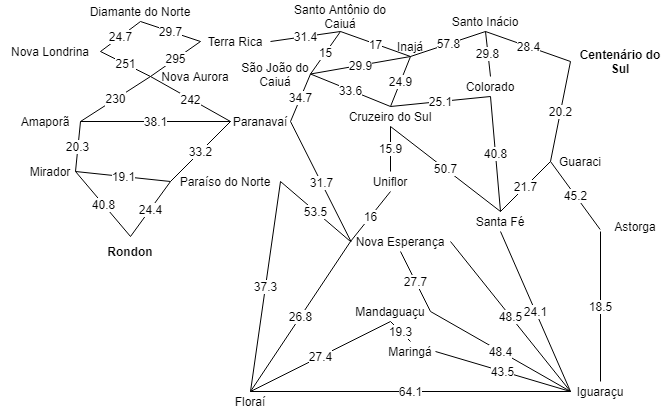
Earlier version of the draw.io export Sistemas Inteligentes/Buscas heurísticas/map_weight.png (keikomori/CP-UTFPR). Source tidied: cells renumbered, new cells last; positions are measured from the earlier drawing's top-left corner, leaving out a move shared by most shapes.
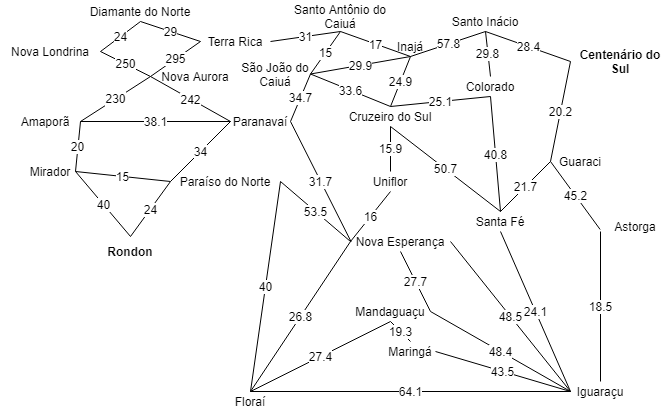
Later version of the same file.

Change to the diagram source:
```diff
@@ -77,19 +77,19 @@
     <mxCell id="26" value="Santo Inácio" style="text;html=1;strokeColor=none;fillColor=none;align=center;verticalAlign=middle;whiteSpace=wrap;rounded=0;fontSize=12;fontStyle=0;" parent="1" vertex="1">
       <mxGeometry x="440" y="10" width="90" height="20" as="geometry" />
     </mxCell>
-    <mxCell id="27" value="24.7" style="endArrow=none;html=1;fontSize=12;entryX=0.5;entryY=1;entryDx=0;entryDy=0;exitX=1;exitY=0.5;exitDx=0;exitDy=0;" parent="1" edge="1" source="3" target="2">
+    <mxCell id="27" value="24" style="endArrow=none;html=1;fontSize=12;entryX=0.5;entryY=1;entryDx=0;entryDy=0;exitX=1;exitY=0.5;exitDx=0;exitDy=0;" parent="1" edge="1" source="3" target="2">
       <mxGeometry relative="1" as="geometry" />
     </mxCell>
-    <mxCell id="28" value="251" style="endArrow=none;html=1;fontSize=12;exitX=0;exitY=0.5;exitDx=0;exitDy=0;entryX=1;entryY=0.5;entryDx=0;entryDy=0;" parent="1" edge="1" source="5" target="3">
+    <mxCell id="28" value="250" style="endArrow=none;html=1;fontSize=12;exitX=0;exitY=0.5;exitDx=0;exitDy=0;entryX=1;entryY=0.5;entryDx=0;entryDy=0;" parent="1" edge="1" source="5" target="3">
       <mxGeometry relative="1" as="geometry" />
     </mxCell>
-    <mxCell id="29" value="29.7" style="endArrow=none;html=1;fontSize=12;entryX=0.5;entryY=1;entryDx=0;entryDy=0;exitX=0;exitY=0.5;exitDx=0;exitDy=0;" parent="1" edge="1" source="4" target="2">
+    <mxCell id="29" value="29" style="endArrow=none;html=1;fontSize=12;entryX=0.5;entryY=1;entryDx=0;entryDy=0;exitX=0;exitY=0.5;exitDx=0;exitDy=0;" parent="1" edge="1" source="4" target="2">
       <mxGeometry relative="1" as="geometry" />
     </mxCell>
     <mxCell id="30" value="295" style="endArrow=none;html=1;fontSize=12;exitX=0;exitY=0.5;exitDx=0;exitDy=0;entryX=0;entryY=0.5;entryDx=0;entryDy=0;" parent="1" edge="1" source="5" target="4">
       <mxGeometry relative="1" as="geometry" />
     </mxCell>
-    <mxCell id="31" value="31.4" style="endArrow=none;html=1;fontSize=12;exitX=1;exitY=0.5;exitDx=0;exitDy=0;entryX=0.5;entryY=1;entryDx=0;entryDy=0;" parent="1" edge="1" source="4" target="12">
+    <mxCell id="31" value="31" style="endArrow=none;html=1;fontSize=12;exitX=1;exitY=0.5;exitDx=0;exitDy=0;entryX=0.5;entryY=1;entryDx=0;entryDy=0;" parent="1" edge="1" source="4" target="12">
       <mxGeometry relative="1" as="geometry" />
     </mxCell>
     <mxCell id="32" value="230" style="endArrow=none;html=1;fontSize=12;exitX=1;exitY=0.5;exitDx=0;exitDy=0;entryX=0;entryY=0.5;entryDx=0;entryDy=0;" parent="1" edge="1" source="6" target="5">
@@ -101,22 +101,22 @@
     <mxCell id="34" value="38.1" style="endArrow=none;html=1;fontSize=12;exitX=1;exitY=0.5;exitDx=0;exitDy=0;entryX=0;entryY=0.5;entryDx=0;entryDy=0;" parent="1" edge="1" source="6" target="10">
       <mxGeometry relative="1" as="geometry" />
     </mxCell>
-    <mxCell id="35" value="20.3" style="endArrow=none;html=1;fontSize=12;entryX=1;entryY=0.5;entryDx=0;entryDy=0;exitX=1;exitY=0.5;exitDx=0;exitDy=0;" parent="1" edge="1" source="7" target="6">
+    <mxCell id="35" value="20" style="endArrow=none;html=1;fontSize=12;entryX=1;entryY=0.5;entryDx=0;entryDy=0;exitX=1;exitY=0.5;exitDx=0;exitDy=0;" parent="1" edge="1" source="7" target="6">
       <mxGeometry relative="1" as="geometry" />
     </mxCell>
-    <mxCell id="36" value="40.8" style="endArrow=none;html=1;fontSize=12;entryX=0.5;entryY=0;entryDx=0;entryDy=0;exitX=1;exitY=0.5;exitDx=0;exitDy=0;" parent="1" edge="1" source="7" target="8">
+    <mxCell id="36" value="40" style="endArrow=none;html=1;fontSize=12;entryX=0.5;entryY=0;entryDx=0;entryDy=0;exitX=1;exitY=0.5;exitDx=0;exitDy=0;" parent="1" edge="1" source="7" target="8">
       <mxGeometry relative="1" as="geometry" />
     </mxCell>
-    <mxCell id="37" value="19.1" style="endArrow=none;html=1;fontSize=12;exitX=1;exitY=0.5;exitDx=0;exitDy=0;entryX=0;entryY=0.5;entryDx=0;entryDy=0;" parent="1" edge="1" source="7" target="9">
+    <mxCell id="37" value="15" style="endArrow=none;html=1;fontSize=12;exitX=1;exitY=0.5;exitDx=0;exitDy=0;entryX=0;entryY=0.5;entryDx=0;entryDy=0;" parent="1" edge="1" source="7" target="9">
       <mxGeometry relative="1" as="geometry" />
     </mxCell>
-    <mxCell id="38" value="24.4" style="endArrow=none;html=1;fontSize=12;exitX=0.5;exitY=0;exitDx=0;exitDy=0;entryX=0;entryY=0.5;entryDx=0;entryDy=0;" parent="1" edge="1" source="8" target="9">
+    <mxCell id="38" value="24" style="endArrow=none;html=1;fontSize=12;exitX=0.5;exitY=0;exitDx=0;exitDy=0;entryX=0;entryY=0.5;entryDx=0;entryDy=0;" parent="1" edge="1" source="8" target="9">
       <mxGeometry relative="1" as="geometry" />
     </mxCell>
-    <mxCell id="39" value="33.2" style="endArrow=none;html=1;fontSize=12;exitX=0;exitY=0.5;exitDx=0;exitDy=0;entryX=0;entryY=0.5;entryDx=0;entryDy=0;" parent="1" edge="1" source="9" target="10">
+    <mxCell id="39" value="34" style="endArrow=none;html=1;fontSize=12;exitX=0;exitY=0.5;exitDx=0;exitDy=0;entryX=0;entryY=0.5;entryDx=0;entryDy=0;" parent="1" edge="1" source="9" target="10">
       <mxGeometry relative="1" as="geometry" />
     </mxCell>
-    <mxCell id="40" value="37.3" style="endArrow=none;html=1;fontSize=12;exitX=0.5;exitY=0;exitDx=0;exitDy=0;entryX=1;entryY=0.5;entryDx=0;entryDy=0;" parent="1" edge="1" source="17" target="9">
+    <mxCell id="40" value="40" style="endArrow=none;html=1;fontSize=12;exitX=0.5;exitY=0;exitDx=0;exitDy=0;entryX=1;entryY=0.5;entryDx=0;entryDy=0;" parent="1" edge="1" source="17" target="9">
       <mxGeometry relative="1" as="geometry" />
     </mxCell>
     <mxCell id="41" value="53.5" style="endArrow=none;html=1;fontSize=12;entryX=0;entryY=0.5;entryDx=0;entryDy=0;exitX=1;exitY=0.5;exitDx=0;exitDy=0;" parent="1" edge="1" source="9" target="16">
```
